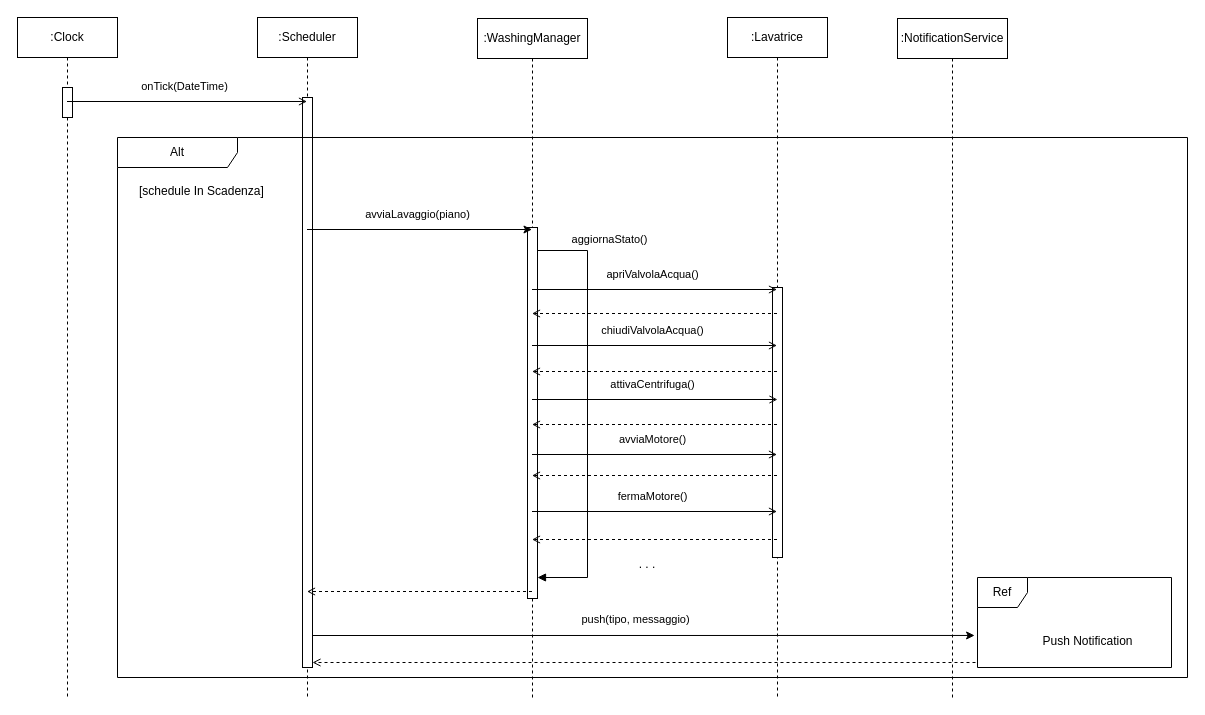
This is content/seq/seqLavaggio.drawio from uni-aca100/ing-proj, a draw.io file, before an edit. Source tidied: cells renumbered, new cells numbered last; positions are measured from the earlier drawing's top-left corner, leaving out a move shared by most shapes. Both pictures are drawn from the tidied source at 100%, with x=0, y=0 at pixel (17, 17).
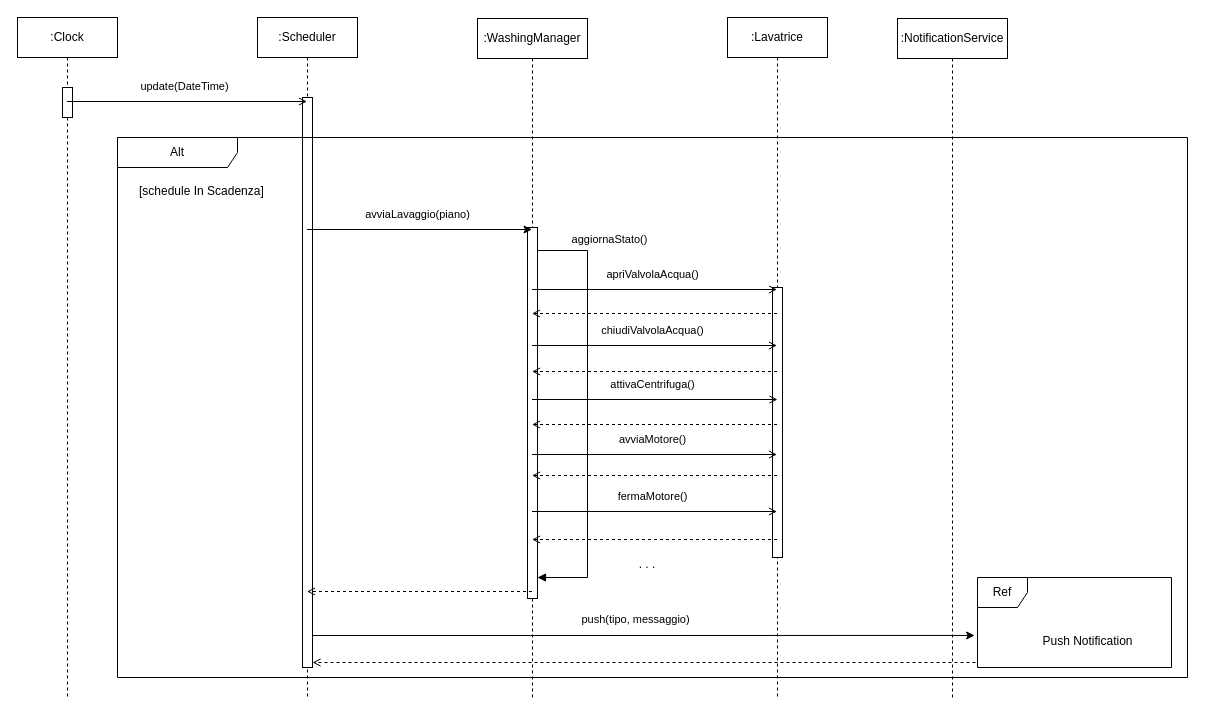
The same diagram, later.

The change refers to these unchanged cells:
```xml
<mxCell id="9" style="html=1;verticalAlign=bottom;labelBackgroundColor=none;endArrow=open;endFill=0;rounded=0;" parent="1" edge="1">
  <mxGeometry relative="1" as="geometry">
    <mxPoint x="49.5" y="84" as="sourcePoint" />
    <mxPoint x="289.5" y="84" as="targetPoint" />
  </mxGeometry>
</mxCell>
```

Diff of the diagram source:
```diff
@@
-    <mxCell id="10" value="onTick(DateTime)" style="edgeLabel;html=1;align=center;verticalAlign=middle;" parent="9" vertex="1">
+    <mxCell id="10" value="update(DateTime)" style="edgeLabel;html=1;align=center;verticalAlign=middle;" parent="9" vertex="1">
       <mxGeometry x="-0.03" y="-2" relative="1" as="geometry">
         <mxPoint x="1" y="-18" as="offset" />
       </mxGeometry>
     </mxCell>
```
